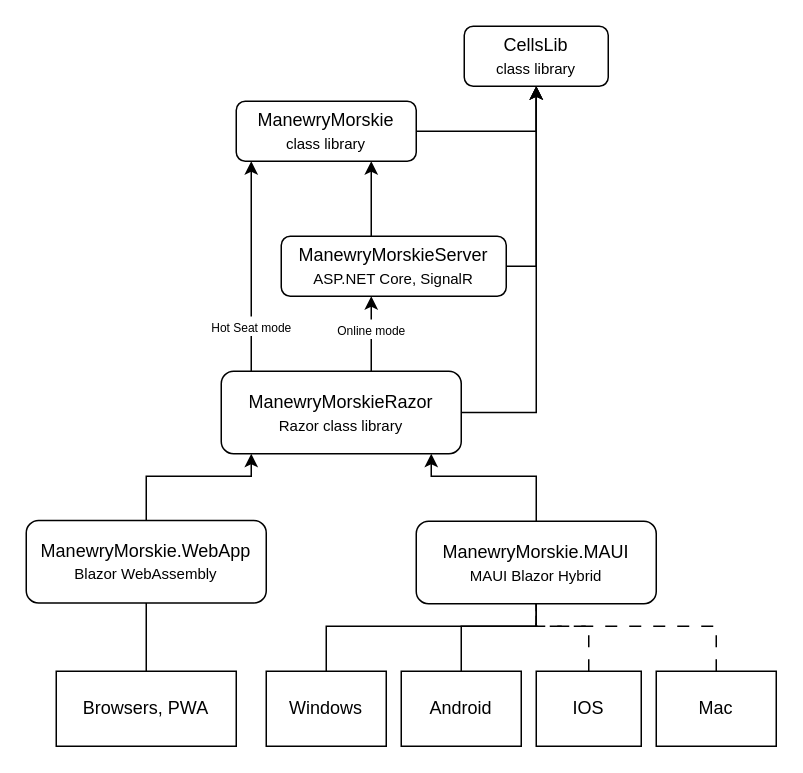
Earlier version of the draw.io diagram demo/architecture.drawio (Mik1mak/Manewry-Morskie). Source tidied: cells renumbered, new cells numbered last; positions are measured from the earlier drawing's top-left corner, leaving out a move shared by most shapes. Both pictures are drawn from the tidied source at 150%, with x=0, y=0 at pixel (26, 26).
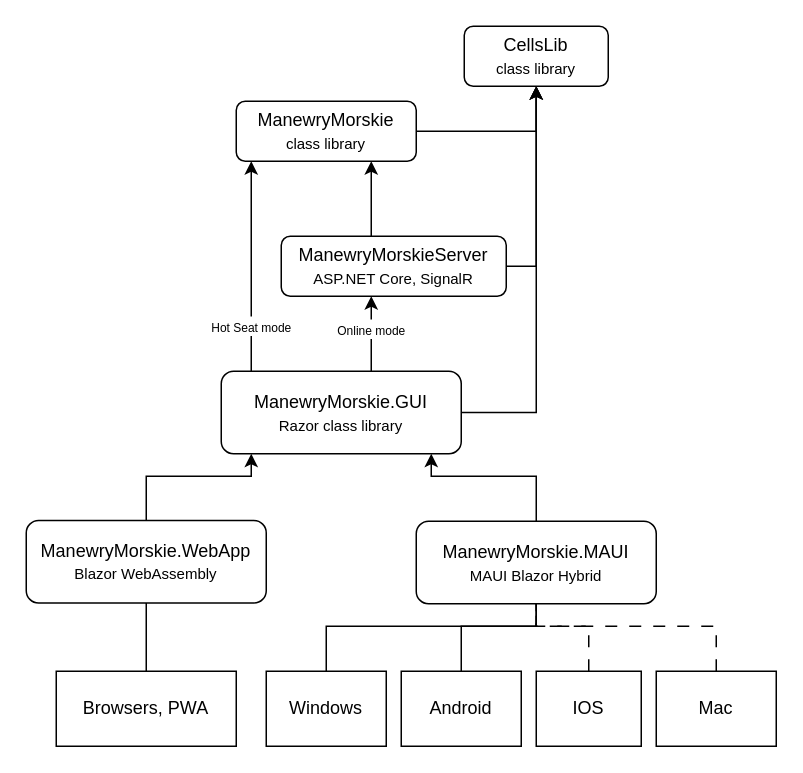
The same diagram, later.

What changed in the source:
```diff
@@
-    <mxCell id="11" value="ManewryMorskieRazor&lt;div&gt;&lt;font style=&quot;font-size: 10px;&quot;&gt;Razor class library&lt;/font&gt;&lt;/div&gt;" style="rounded=1;whiteSpace=wrap;html=1;align=center;verticalAlign=middle;fontFamily=Helvetica;fontSize=12;" parent="1" vertex="1">
+    <mxCell id="11" value="ManewryMorskie.GUI&lt;div&gt;&lt;font style=&quot;font-size: 10px;&quot;&gt;Razor class library&lt;/font&gt;&lt;/div&gt;" style="rounded=1;whiteSpace=wrap;html=1;align=center;verticalAlign=middle;fontFamily=Helvetica;fontSize=12;" parent="1" vertex="1">
       <mxGeometry x="130" y="230" width="160" height="55" as="geometry" />
     </mxCell>
```
